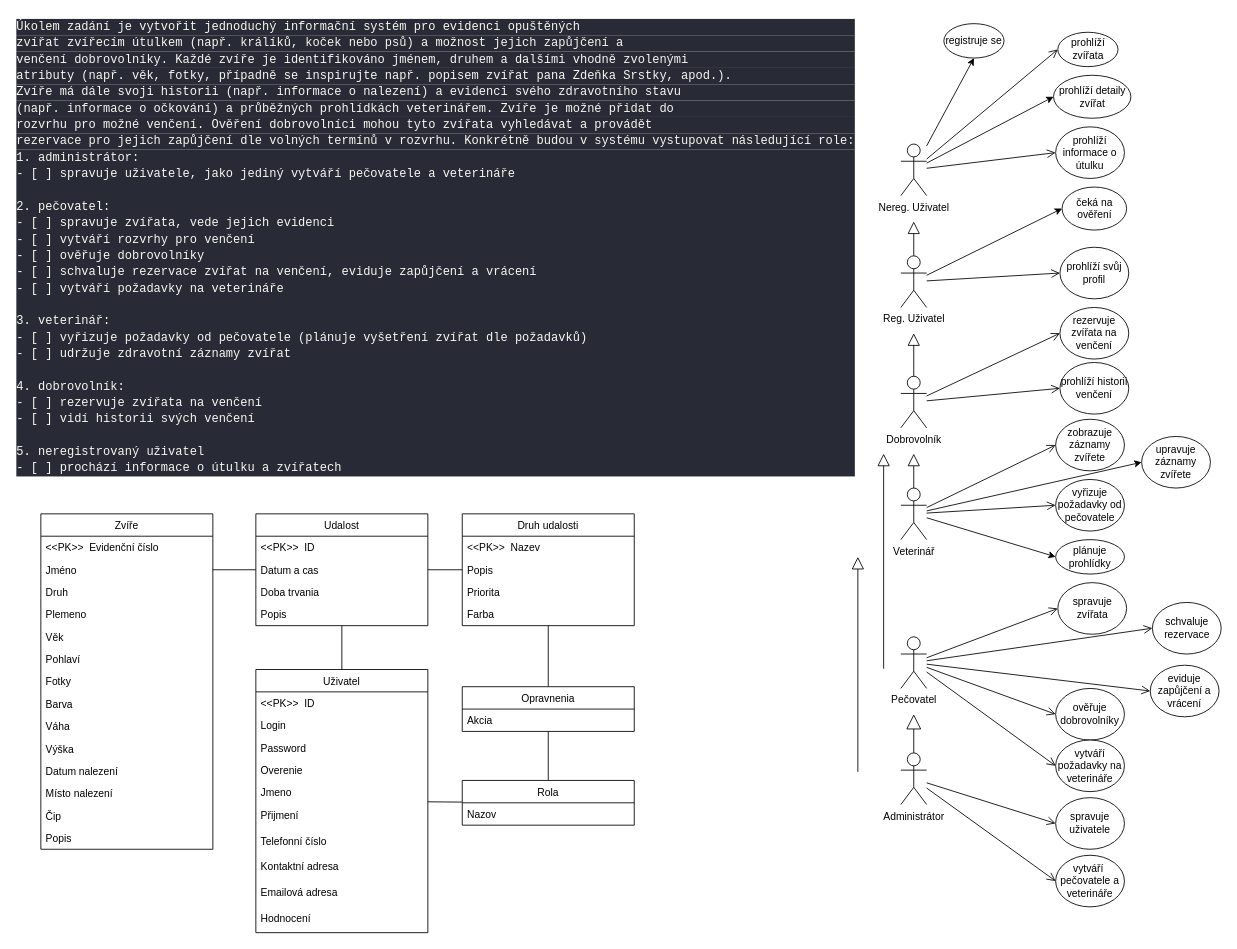
Above: db.drawio in solumath/IIS-Zvireci-utulek (draw.io), before the change. Source tidied: cells renumbered, new cells numbered last; positions are measured from the earlier drawing's top-left corner, leaving out a move shared by most shapes. Both pictures are drawn from the tidied source at 86%, with x=0, y=0 at pixel (15, 15).
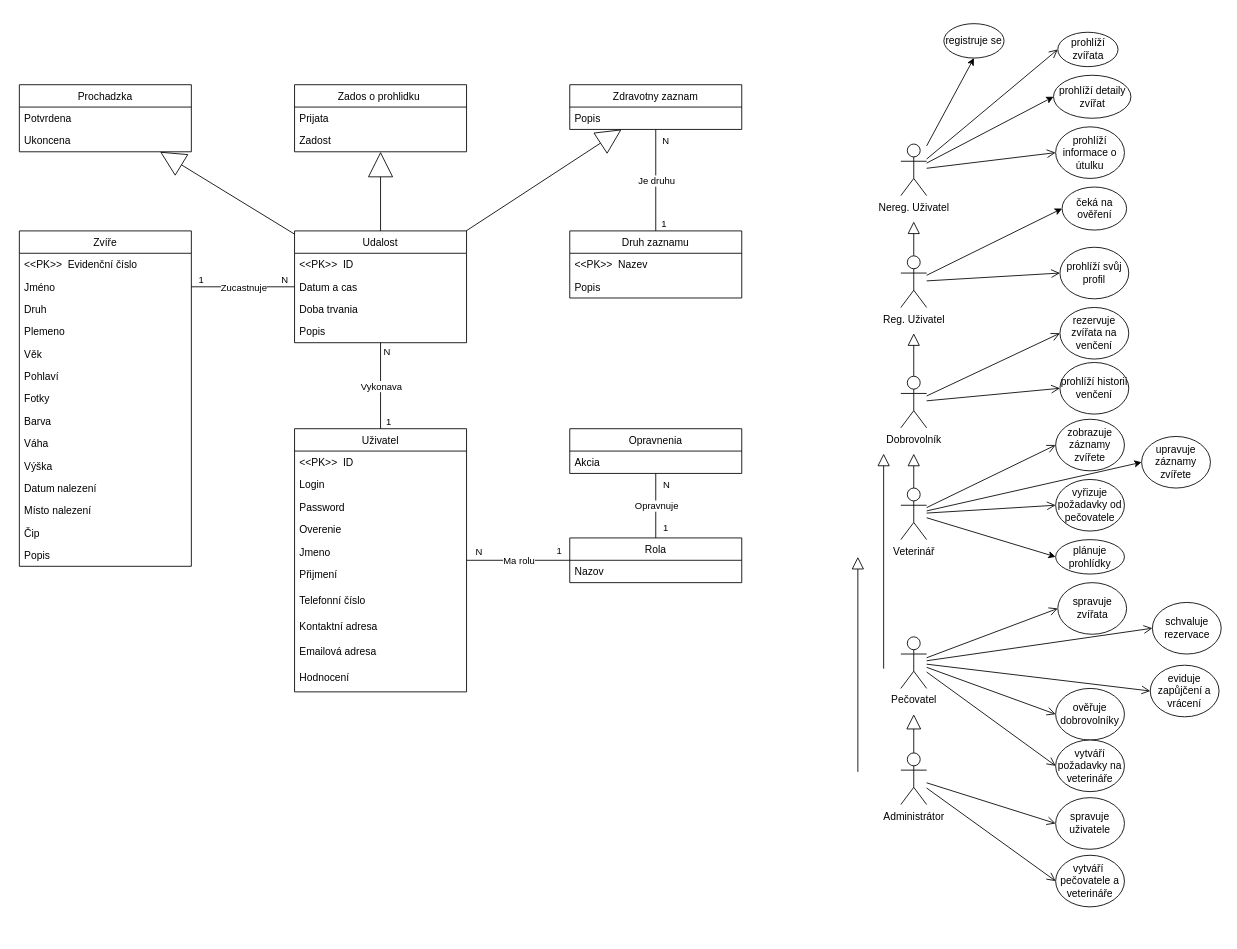
After the change.

Unchanged cells that the change refers to:
```xml
<mxCell id="5" value="Jméno" style="text;strokeColor=none;fillColor=none;align=left;verticalAlign=top;spacingLeft=4;spacingRight=4;overflow=hidden;points=[[0,0.5],[1,0.5]];portConstraint=eastwest;" parent="3" vertex="1">
  <mxGeometry y="52" width="200" height="26" as="geometry" />
</mxCell>
```

The edit, as a diff of the source:
```diff
@@
-    <mxCell id="2" value="&lt;div style=&quot;color: rgb(248 , 248 , 242) ; background-color: rgb(40 , 42 , 54) ; font-family: &amp;#34;consolas&amp;#34; , &amp;#34;courier new&amp;#34; , monospace , &amp;#34;droid sans mono&amp;#34; , &amp;#34;monospace&amp;#34; , monospace ; font-size: 14px ; line-height: 19px&quot;&gt;Úkolem zadání je vytvořit jednoduchý informační systém pro evidenci opuštěných&amp;nbsp;&lt;/div&gt;&lt;div style=&quot;color: rgb(248 , 248 , 242) ; background-color: rgb(40 , 42 , 54) ; font-family: &amp;#34;consolas&amp;#34; , &amp;#34;courier new&amp;#34; , monospace , &amp;#34;droid sans mono&amp;#34; , &amp;#34;monospace&amp;#34; , monospace ; font-size: 14px ; line-height: 19px&quot;&gt;zvířat zvířecím útulkem (např. králíků, koček nebo psů) a možnost jejich zapůjčení a&amp;nbsp;&lt;/div&gt;&lt;div style=&quot;color: rgb(248 , 248 , 242) ; background-color: rgb(40 , 42 , 54) ; font-family: &amp;#34;consolas&amp;#34; , &amp;#34;courier new&amp;#34; , monospace , &amp;#34;droid sans mono&amp;#34; , &amp;#34;monospace&amp;#34; , monospace ; font-size: 14px ; line-height: 19px&quot;&gt;venčení dobrovolníky. Každé zvíře je identifikováno jménem, druhem a dalšími vhodně zvolenými&amp;nbsp;&lt;/div&gt;&lt;div style=&quot;color: rgb(248 , 248 , 242) ; background-color: rgb(40 , 42 , 54) ; font-family: &amp;#34;consolas&amp;#34; , &amp;#34;courier new&amp;#34; , monospace , &amp;#34;droid sans mono&amp;#34; , &amp;#34;monospace&amp;#34; , monospace ; font-size: 14px ; line-height: 19px&quot;&gt;atributy (např. věk, fotky, případně se inspirujte např. popisem zvířat pana Zdeňka Srstky, apod.).&amp;nbsp;&lt;/div&gt;&lt;div style=&quot;color: rgb(248 , 248 , 242) ; background-color: rgb(40 , 42 , 54) ; font-family: &amp;#34;consolas&amp;#34; , &amp;#34;courier new&amp;#34; , monospace , &amp;#34;droid sans mono&amp;#34; , &amp;#34;monospace&amp;#34; , monospace ; font-size: 14px ; line-height: 19px&quot;&gt;Zvíře má dále svoji historii (např. informace o nalezení) a evidenci svého zdravotního stavu&amp;nbsp;&lt;/div&gt;&lt;div style=&quot;color: rgb(248 , 248 , 242) ; background-color: rgb(40 , 42 , 54) ; font-family: &amp;#34;consolas&amp;#34; , &amp;#34;courier new&amp;#34; , monospace , &amp;#34;droid sans mono&amp;#34; , &amp;#34;monospace&amp;#34; , monospace ; font-size: 14px ; line-height: 19px&quot;&gt;(např. informace o očkování) a průběžných prohlídkách veterinářem. Zvíře je možné přidat do&amp;nbsp;&lt;/div&gt;&lt;div style=&quot;color: rgb(248 , 248 , 242) ; background-color: rgb(40 , 42 , 54) ; font-family: &amp;#34;consolas&amp;#34; , &amp;#34;courier new&amp;#34; , monospace , &amp;#34;droid sans mono&amp;#34; , &amp;#34;monospace&amp;#34; , monospace ; font-size: 14px ; line-height: 19px&quot;&gt;rozvrhu pro možné venčení. Ověření dobrovolníci mohou tyto zvířata vyhledávat a provádět&amp;nbsp;&lt;/div&gt;&lt;div style=&quot;color: rgb(248 , 248 , 242) ; background-color: rgb(40 , 42 , 54) ; font-family: &amp;#34;consolas&amp;#34; , &amp;#34;courier new&amp;#34; , monospace , &amp;#34;droid sans mono&amp;#34; , &amp;#34;monospace&amp;#34; , monospace ; font-size: 14px ; line-height: 19px&quot;&gt;rezervace pro jejich zapůjčení dle volných termínů v rozvrhu. Konkrétně budou v systému vystupovat následující role:&lt;/div&gt;&lt;div style=&quot;color: rgb(248 , 248 , 242) ; background-color: rgb(40 , 42 , 54) ; font-family: &amp;#34;consolas&amp;#34; , &amp;#34;courier new&amp;#34; , monospace , &amp;#34;droid sans mono&amp;#34; , &amp;#34;monospace&amp;#34; , monospace ; font-size: 14px ; line-height: 19px&quot;&gt;&lt;div style=&quot;font-family: &amp;#34;consolas&amp;#34; , &amp;#34;courier new&amp;#34; , monospace , &amp;#34;droid sans mono&amp;#34; , &amp;#34;monospace&amp;#34; , monospace ; line-height: 19px&quot;&gt;&lt;div&gt;1. administrátor:&lt;/div&gt;&lt;div&gt;    - [ ] spravuje uživatele, jako jediný vytváří pečovatele a veterináře&lt;/div&gt;&lt;br&gt;&lt;div&gt;2. pečovatel:&lt;/div&gt;&lt;div&gt;    - [ ] spravuje zvířata, vede jejich evidenci&lt;/div&gt;&lt;div&gt;    - [ ] vytváří rozvrhy pro venčení&lt;/div&gt;&lt;div&gt;    - [ ] ověřuje dobrovolníky&lt;/div&gt;&lt;div&gt;    - [ ] schvaluje rezervace zvířat na venčení, eviduje zapůjčení a vrácení&lt;/div&gt;&lt;div&gt;    - [ ] vytváří požadavky na veterináře&lt;/div&gt;&lt;br&gt;&lt;div&gt;3. veterinář:&lt;/div&gt;&lt;div&gt;    - [ ] vyřizuje požadavky od pečovatele (plánuje vyšetření zvířat dle požadavků)&lt;/div&gt;&lt;div&gt;    - [ ] udržuje zdravotní záznamy zvířat&lt;/div&gt;&lt;br&gt;&lt;div&gt;4. dobrovolník:&lt;/div&gt;&lt;div&gt;    - [ ] rezervuje zvířata na venčení&lt;/div&gt;&lt;div&gt;    - [ ] vidí historii svých venčení&lt;/div&gt;&lt;br&gt;&lt;div&gt;5. neregistrovaný uživatel&lt;/div&gt;&lt;div&gt;    - [ ] prochází informace o útulku a zvířatech&lt;/div&gt;&lt;/div&gt;&lt;/div&gt;" style="text;html=1;align=left;verticalAlign=middle;strokeColor=none;fillColor=none;" parent="1" vertex="1">
-      <mxGeometry width="910" height="540" as="geometry" />
-    </mxCell>
     <mxCell id="3" value="Zvíře" style="swimlane;fontStyle=0;horizontal=1;startSize=26;" parent="1" vertex="1">
-      <mxGeometry x="30" y="580" width="200" height="390" as="geometry" />
+      <mxGeometry x="5" y="251" width="200" height="390" as="geometry" />
     </mxCell>
@@
-    <mxCell id="18" style="edgeStyle=none;html=1;startArrow=none;startFill=0;endArrow=none;endFill=0;" parent="1" edge="1" source="20" target="33">
-      <mxGeometry relative="1" as="geometry" />
-    </mxCell>
-    <mxCell id="19" style="edgeStyle=none;html=1;startArrow=none;startFill=0;endArrow=none;endFill=0;endSize=19;strokeWidth=1;" parent="1" edge="1" source="20" target="51">
-      <mxGeometry relative="1" as="geometry" />
-    </mxCell>
     <mxCell id="20" value="Uživatel" style="swimlane;fontStyle=0;horizontal=1;startSize=26;" parent="1" vertex="1">
-      <mxGeometry x="280" y="761" width="200" height="306" as="geometry" />
+      <mxGeometry x="325" y="481" width="200" height="306" as="geometry" />
     </mxCell>
@@
-    <mxCell id="31" style="edgeStyle=none;html=1;endArrow=none;endFill=0;entryX=1;entryY=0.5;entryDx=0;entryDy=0;" parent="1" edge="1" source="33" target="5">
-      <mxGeometry relative="1" as="geometry" />
-    </mxCell>
-    <mxCell id="32" style="edgeStyle=none;html=1;startArrow=none;startFill=0;endArrow=none;endFill=0;strokeWidth=1;startSize=15;" parent="1" edge="1" source="33" target="43">
-      <mxGeometry relative="1" as="geometry" />
-    </mxCell>
+    <mxCell id="103" style="edgeStyle=none;html=1;endArrow=block;endFill=0;jumpSize=6;endSize=27;" parent="1" edge="1" source="33" target="110">
+      <mxGeometry relative="1" as="geometry" />
+    </mxCell>
     <mxCell id="33" value="Udalost" style="swimlane;fontStyle=0;horizontal=1;startSize=26;" parent="1" vertex="1">
-      <mxGeometry x="280" y="580" width="200" height="130" as="geometry" />
+      <mxGeometry x="325" y="251" width="200" height="130" as="geometry" />
     </mxCell>
@@
-    <mxCell id="42" style="edgeStyle=none;html=1;startArrow=none;startFill=0;endArrow=none;endFill=0;endSize=19;strokeWidth=1;" parent="1" edge="1" source="43" target="48">
-      <mxGeometry relative="1" as="geometry" />
-    </mxCell>
-    <mxCell id="43" value="Druh udalosti" style="swimlane;fontStyle=0;horizontal=1;startSize=26;" parent="1" vertex="1">
-      <mxGeometry x="520" y="580" width="200" height="130" as="geometry" />
+    <mxCell id="43" value="Druh zaznamu" style="swimlane;fontStyle=0;horizontal=1;startSize=26;" parent="1" vertex="1">
+      <mxGeometry x="645" y="251" width="200" height="78" as="geometry" />
     </mxCell>
@@
-    <mxCell id="46" value="Priorita" style="text;strokeColor=none;fillColor=none;align=left;verticalAlign=top;spacingLeft=4;spacingRight=4;overflow=hidden;" parent="43" vertex="1">
-      <mxGeometry y="78" width="200" height="26" as="geometry" />
-    </mxCell>
-    <mxCell id="47" value="Farba" style="text;strokeColor=none;fillColor=none;align=left;verticalAlign=top;spacingLeft=4;spacingRight=4;overflow=hidden;" parent="43" vertex="1">
-      <mxGeometry y="104" width="200" height="26" as="geometry" />
-    </mxCell>
     <mxCell id="48" value="Opravnenia" style="swimlane;fontStyle=0;horizontal=1;startSize=26;" parent="1" vertex="1">
-      <mxGeometry x="520" y="781" width="200" height="52" as="geometry" />
+      <mxGeometry x="645" y="481" width="200" height="52" as="geometry" />
     </mxCell>
@@
-    <mxCell id="50" style="edgeStyle=none;html=1;startArrow=none;startFill=0;endArrow=none;endFill=0;endSize=19;strokeWidth=1;" parent="1" edge="1" source="51" target="48">
-      <mxGeometry relative="1" as="geometry" />
-    </mxCell>
     <mxCell id="51" value="Rola" style="swimlane;fontStyle=0;horizontal=1;startSize=26;" parent="1" vertex="1">
-      <mxGeometry x="520" y="890" width="200" height="52" as="geometry" />
+      <mxGeometry x="645" y="608" width="200" height="52" as="geometry" />
     </mxCell>
@@
+    <mxCell id="104" value="Prochadzka" style="swimlane;fontStyle=0;horizontal=1;startSize=26;" parent="1" vertex="1">
+      <mxGeometry x="5" y="81" width="200" height="78" as="geometry" />
+    </mxCell>
+    <mxCell id="105" value="Potvrdena" style="text;strokeColor=none;fillColor=none;align=left;verticalAlign=top;spacingLeft=4;spacingRight=4;overflow=hidden;" parent="104" vertex="1">
+      <mxGeometry y="26" width="200" height="26" as="geometry" />
+    </mxCell>
+    <mxCell id="106" value="Ukoncena" style="text;strokeColor=none;fillColor=none;align=left;verticalAlign=top;spacingLeft=4;spacingRight=4;overflow=hidden;" parent="104" vertex="1">
+      <mxGeometry y="52" width="200" height="26" as="geometry" />
+    </mxCell>
+    <mxCell id="107" value="Zados o prohlidku " style="swimlane;fontStyle=0;horizontal=1;startSize=26;" parent="1" vertex="1">
+      <mxGeometry x="325" y="81" width="200" height="78" as="geometry" />
+    </mxCell>
+    <mxCell id="108" value="Prijata" style="text;strokeColor=none;fillColor=none;align=left;verticalAlign=top;spacingLeft=4;spacingRight=4;overflow=hidden;" parent="107" vertex="1">
+      <mxGeometry y="26" width="200" height="26" as="geometry" />
+    </mxCell>
+    <mxCell id="109" value="Zadost" style="text;strokeColor=none;fillColor=none;align=left;verticalAlign=top;spacingLeft=4;spacingRight=4;overflow=hidden;" parent="107" vertex="1">
+      <mxGeometry y="52" width="200" height="26" as="geometry" />
+    </mxCell>
+    <mxCell id="110" value="Zdravotny zaznam" style="swimlane;fontStyle=0;horizontal=1;startSize=26;" parent="1" vertex="1">
+      <mxGeometry x="645" y="81" width="200" height="52" as="geometry" />
+    </mxCell>
+    <mxCell id="111" value="Popis" style="text;strokeColor=none;fillColor=none;align=left;verticalAlign=top;spacingLeft=4;spacingRight=4;overflow=hidden;" parent="110" vertex="1">
+      <mxGeometry y="26" width="200" height="26" as="geometry" />
+    </mxCell>
+    <mxCell id="112" style="edgeStyle=none;html=1;endArrow=block;endFill=0;jumpSize=6;endSize=27;" parent="1" edge="1" source="33" target="107">
+      <mxGeometry relative="1" as="geometry" />
+    </mxCell>
+    <mxCell id="113" style="edgeStyle=none;html=1;endArrow=block;endFill=0;jumpSize=6;endSize=27;" parent="1" edge="1" source="33" target="104">
+      <mxGeometry relative="1" as="geometry" />
+    </mxCell>
+    <mxCell id="31" style="endArrow=none;html=1;endSize=6;jumpSize=6;endFill=0;entryX=1;entryY=0.5;entryDx=0;entryDy=0;" parent="1" edge="1" source="33" target="5">
+      <mxGeometry relative="1" as="geometry" />
+    </mxCell>
+    <mxCell id="114" value="Zucastnuje" style="edgeLabel;html=1;align=center;verticalAlign=middle;" parent="31" vertex="1">
+      <mxGeometry relative="1" as="geometry" />
+    </mxCell>
+    <mxCell id="115" value="N" style="edgeLabel;html=1;align=left;verticalAlign=bottom;" parent="31" vertex="1">
+      <mxGeometry x="-1" relative="1" as="geometry">
+        <mxPoint x="-17" as="offset" />
+      </mxGeometry>
+    </mxCell>
+    <mxCell id="116" value="1" style="edgeLabel;html=1;align=right;verticalAlign=bottom;" parent="31" vertex="1">
+      <mxGeometry x="1" relative="1" as="geometry">
+        <mxPoint x="15" as="offset" />
+      </mxGeometry>
+    </mxCell>
+    <mxCell id="117" style="endArrow=none;html=1;endSize=6;jumpSize=6;endFill=0;" parent="1" edge="1" source="33" target="20">
+      <mxGeometry relative="1" as="geometry" />
+    </mxCell>
+    <mxCell id="118" value="Vykonava" style="edgeLabel;html=1;align=center;verticalAlign=middle;" parent="117" vertex="1">
+      <mxGeometry relative="1" as="geometry" />
+    </mxCell>
+    <mxCell id="119" value="N" style="edgeLabel;html=1;align=left;verticalAlign=bottom;" parent="117" vertex="1">
+      <mxGeometry x="-1" relative="1" as="geometry">
+        <mxPoint x="2" y="19" as="offset" />
+      </mxGeometry>
+    </mxCell>
+    <mxCell id="120" value="1" style="edgeLabel;html=1;align=right;verticalAlign=bottom;" parent="117" vertex="1">
+      <mxGeometry x="1" relative="1" as="geometry">
+        <mxPoint x="13" as="offset" />
+      </mxGeometry>
+    </mxCell>
+    <mxCell id="50" style="endArrow=none;html=1;endSize=6;jumpSize=6;endFill=0;" parent="1" edge="1" source="51" target="48">
+      <mxGeometry relative="1" as="geometry" />
+    </mxCell>
+    <mxCell id="121" value="Opravnuje" style="edgeLabel;html=1;align=center;verticalAlign=middle;" parent="50" vertex="1">
+      <mxGeometry relative="1" as="geometry" />
+    </mxCell>
+    <mxCell id="122" value="1" style="edgeLabel;html=1;align=left;verticalAlign=bottom;" parent="50" vertex="1">
+      <mxGeometry x="-1" relative="1" as="geometry">
+        <mxPoint x="7" y="-3" as="offset" />
+      </mxGeometry>
+    </mxCell>
+    <mxCell id="123" value="N" style="edgeLabel;html=1;align=right;verticalAlign=bottom;" parent="50" vertex="1">
+      <mxGeometry x="1" relative="1" as="geometry">
+        <mxPoint x="17" y="21" as="offset" />
+      </mxGeometry>
+    </mxCell>
+    <mxCell id="124" style="endArrow=none;html=1;endSize=6;jumpSize=6;endFill=0;" parent="1" edge="1" source="110" target="43">
+      <mxGeometry relative="1" as="geometry" />
+    </mxCell>
+    <mxCell id="125" value="Je druhu" style="edgeLabel;html=1;align=center;verticalAlign=middle;" parent="124" vertex="1">
+      <mxGeometry relative="1" as="geometry" />
+    </mxCell>
+    <mxCell id="126" value="N" style="edgeLabel;html=1;align=left;verticalAlign=bottom;" parent="124" vertex="1">
+      <mxGeometry x="-1" relative="1" as="geometry">
+        <mxPoint x="6" y="21" as="offset" />
+      </mxGeometry>
+    </mxCell>
+    <mxCell id="127" value="1" style="edgeLabel;html=1;align=right;verticalAlign=bottom;" parent="124" vertex="1">
+      <mxGeometry x="1" relative="1" as="geometry">
+        <mxPoint x="13" as="offset" />
+      </mxGeometry>
+    </mxCell>
+    <mxCell id="128" style="endArrow=none;html=1;endSize=6;jumpSize=6;endFill=0;" parent="1" edge="1" source="51" target="20">
+      <mxGeometry relative="1" as="geometry" />
+    </mxCell>
+    <mxCell id="129" value="Ma rolu" style="edgeLabel;html=1;align=center;verticalAlign=middle;" parent="128" vertex="1">
+      <mxGeometry relative="1" as="geometry" />
+    </mxCell>
+    <mxCell id="130" value="1" style="edgeLabel;html=1;align=left;verticalAlign=bottom;" parent="128" vertex="1">
+      <mxGeometry x="-1" relative="1" as="geometry">
+        <mxPoint x="-17" y="-3" as="offset" />
+      </mxGeometry>
+    </mxCell>
+    <mxCell id="131" value="N" style="edgeLabel;html=1;align=right;verticalAlign=bottom;" parent="128" vertex="1">
+      <mxGeometry x="1" relative="1" as="geometry">
+        <mxPoint x="19" y="-2" as="offset" />
+      </mxGeometry>
+    </mxCell>
```
